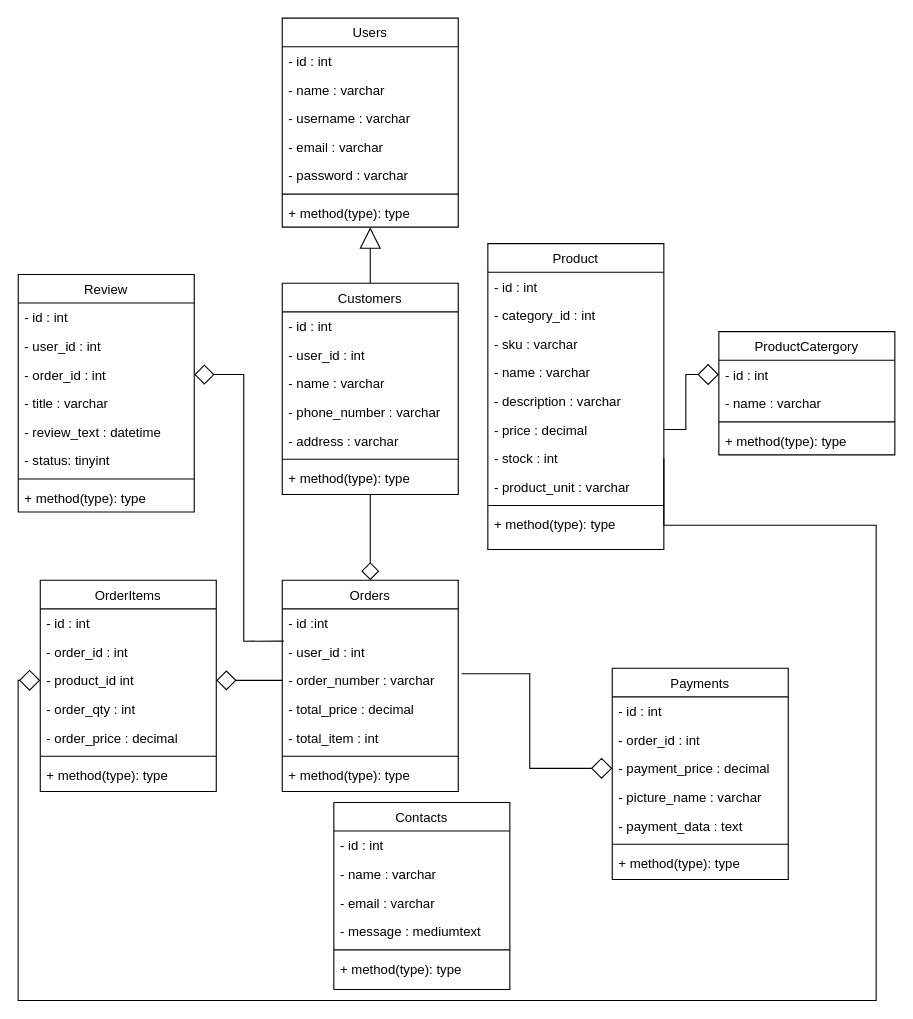
Before: page "class diagram v_mart" (4 of 11) of File_Proyek3/diagram v_mart.drawio in aldinurhanudin/Vmart_API, a draw.io diagram. Source tidied: cells renumbered, new cells numbered last; positions are measured from the earlier drawing's top-left corner, leaving out a move shared by most shapes. Both pictures are drawn from the tidied source at 110%, with x=0, y=0 at pixel (18, 18).
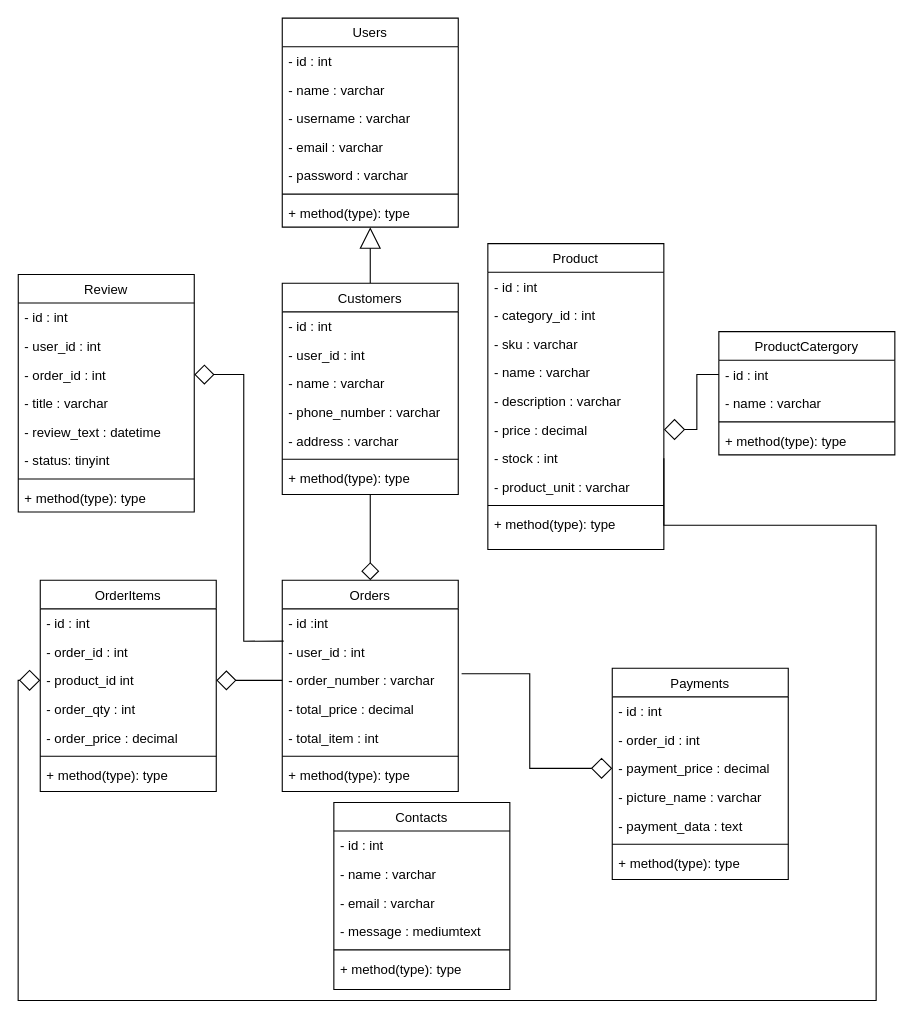
The same diagram, later.

The change refers to these unchanged cells:
```xml
<mxCell id="24" value="- price : decimal" style="text;align=left;verticalAlign=top;spacingLeft=4;spacingRight=4;overflow=hidden;points=[[0,0.5],[1,0.5]];portConstraint=eastwest;" parent="18" vertex="1">
  <mxGeometry y="156" width="160" height="26" as="geometry" />
</mxCell>
<mxCell id="63" value="- id : int" style="text;align=left;verticalAlign=top;spacingLeft=4;spacingRight=4;overflow=hidden;points=[[0,0.5],[1,0.5]];portConstraint=eastwest;" parent="62" vertex="1">
  <mxGeometry y="26" width="160" height="26" as="geometry" />
</mxCell>
```

Diff of the diagram source:
```diff
@@
-    <mxCell id="76" style="edgeStyle=orthogonalEdgeStyle;rounded=0;jettySize=auto;html=1;exitX=0;exitY=0.5;exitDx=0;exitDy=0;entryX=1;entryY=0.5;entryDx=0;entryDy=0;startArrow=diamond;startFill=0;endArrow=none;endFill=0;startSize=17;" parent="1" edge="1" source="63" target="24">
+    <mxCell id="76" style="edgeStyle=orthogonalEdgeStyle;rounded=0;jettySize=auto;html=1;exitX=0;exitY=0.5;exitDx=0;exitDy=0;entryX=1;entryY=0.5;entryDx=0;entryDy=0;startArrow=none;startFill=0;endArrow=diamond;endFill=0;startSize=17;endSize=17;" parent="1" edge="1" source="63" target="24">
       <mxGeometry relative="1" as="geometry" />
     </mxCell>
```
